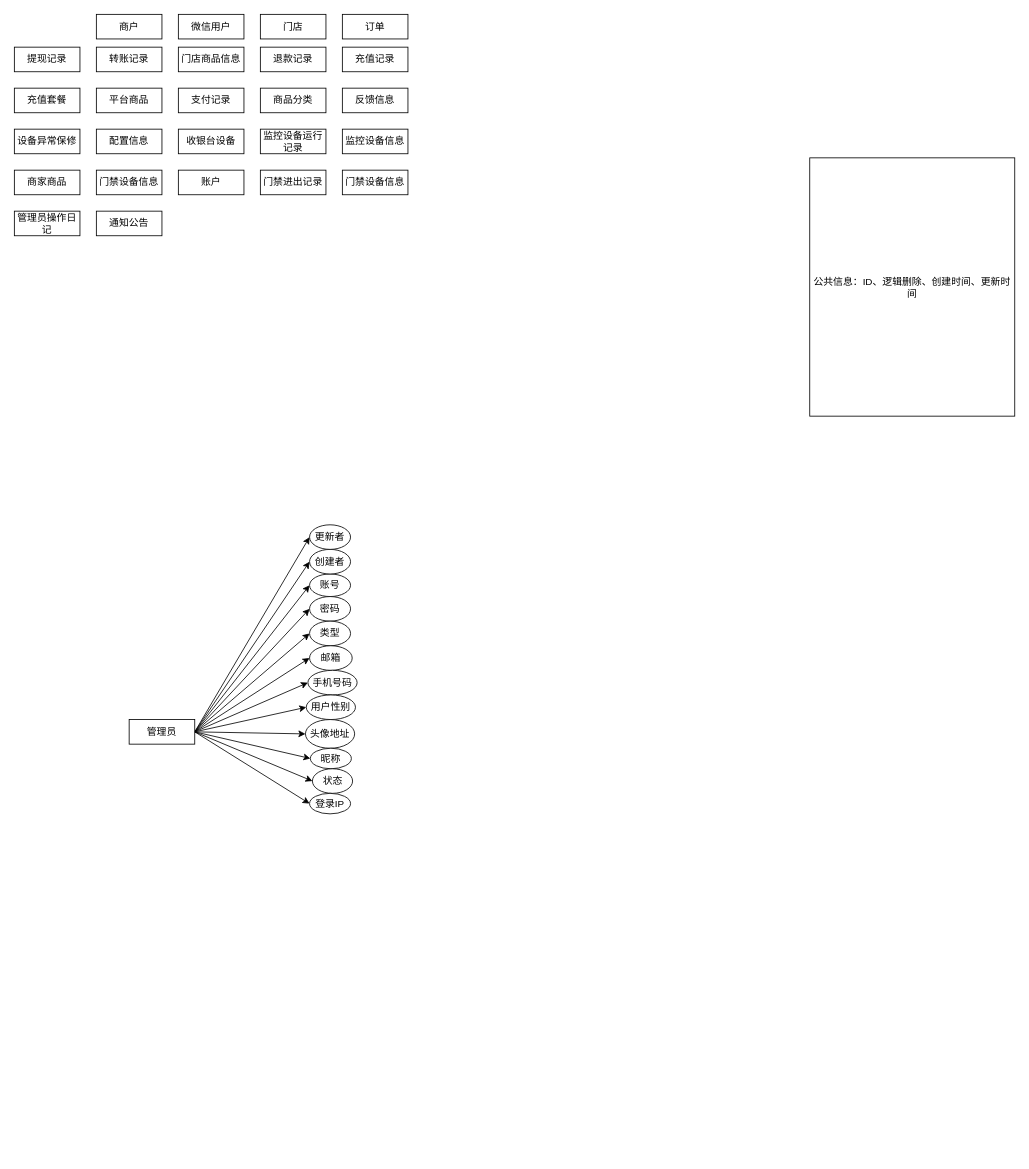
Above: 云值守数据表e-r图.drawio in hxb-qwe/yunzhishou (draw.io), before the change. Source tidied: cells renumbered, new cells numbered last; positions are measured from the earlier drawing's top-left corner, leaving out a move shared by most shapes. Both pictures are drawn from the tidied source at 82%, with x=0, y=0 at pixel (14, 14).
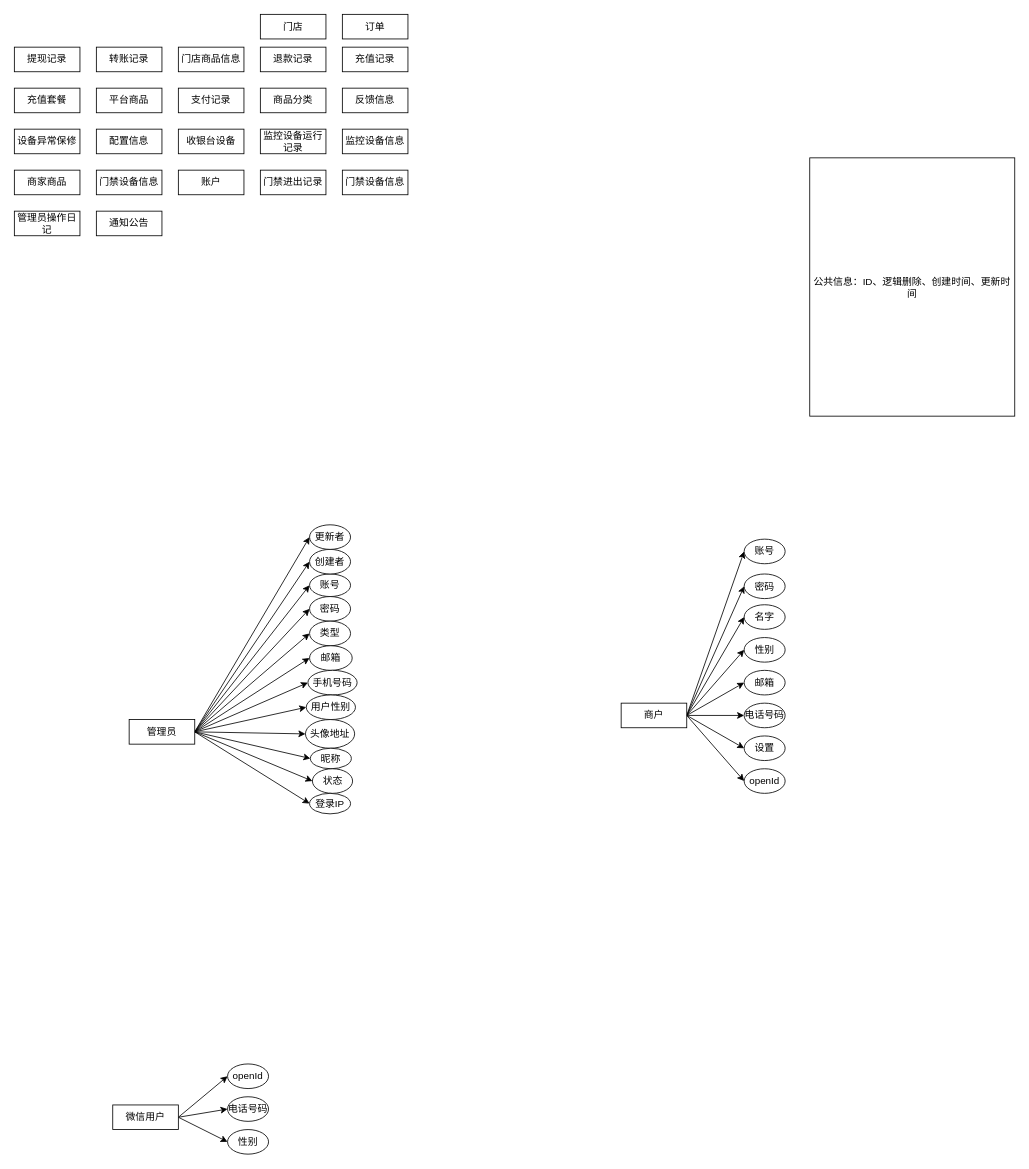
The same page after the edit.

Commit message (it also covers changes not shown here):
更新云值守数据表e-r图.drawio

What changed in the source:
```diff
@@
+    <mxCell id="54" style="edgeStyle=none;rounded=0;jettySize=auto;html=1;exitX=1;exitY=0.5;exitDx=0;exitDy=0;entryX=0;entryY=0.5;entryDx=0;entryDy=0;" parent="1" edge="1" source="15" target="65">
+      <mxGeometry relative="1" as="geometry" />
+    </mxCell>
+    <mxCell id="55" style="edgeStyle=none;rounded=0;jettySize=auto;html=1;exitX=1;exitY=0.5;exitDx=0;exitDy=0;entryX=0;entryY=0.5;entryDx=0;entryDy=0;" parent="1" edge="1" source="15" target="71">
+      <mxGeometry relative="1" as="geometry" />
+    </mxCell>
+    <mxCell id="56" style="edgeStyle=none;rounded=0;jettySize=auto;html=1;exitX=1;exitY=0.5;exitDx=0;exitDy=0;entryX=0;entryY=0.5;entryDx=0;entryDy=0;" parent="1" edge="1" source="15" target="66">
+      <mxGeometry relative="1" as="geometry" />
+    </mxCell>
+    <mxCell id="57" style="edgeStyle=none;rounded=0;jettySize=auto;html=1;exitX=1;exitY=0.5;exitDx=0;exitDy=0;entryX=0;entryY=0.5;entryDx=0;entryDy=0;" parent="1" edge="1" source="15" target="67">
+      <mxGeometry relative="1" as="geometry" />
+    </mxCell>
+    <mxCell id="58" style="edgeStyle=none;rounded=0;jettySize=auto;html=1;exitX=1;exitY=0.5;exitDx=0;exitDy=0;entryX=0;entryY=0.5;entryDx=0;entryDy=0;" parent="1" edge="1" source="15" target="68">
+      <mxGeometry relative="1" as="geometry" />
+    </mxCell>
+    <mxCell id="59" style="edgeStyle=none;rounded=0;jettySize=auto;html=1;exitX=1;exitY=0.5;exitDx=0;exitDy=0;entryX=0;entryY=0.5;entryDx=0;entryDy=0;" parent="1" edge="1" source="15" target="69">
+      <mxGeometry relative="1" as="geometry" />
+    </mxCell>
+    <mxCell id="60" style="edgeStyle=none;rounded=0;jettySize=auto;html=1;exitX=1;exitY=0.5;exitDx=0;exitDy=0;entryX=0;entryY=0.5;entryDx=0;entryDy=0;" parent="1" edge="1" source="15" target="70">
+      <mxGeometry relative="1" as="geometry" />
+    </mxCell>
+    <mxCell id="61" style="edgeStyle=none;rounded=0;jettySize=auto;html=1;exitX=1;exitY=0.5;exitDx=0;exitDy=0;entryX=0;entryY=0.5;entryDx=0;entryDy=0;" parent="1" edge="1" source="15" target="72">
+      <mxGeometry relative="1" as="geometry" />
+    </mxCell>
     <mxCell id="15" value="商户" style="rounded=0;whiteSpace=wrap;html=1;" parent="1" vertex="1">
-      <mxGeometry x="100" width="80" height="30" as="geometry" />
+      <mxGeometry x="740" y="840" width="80" height="30" as="geometry" />
     </mxCell>
+    <mxCell id="62" style="edgeStyle=none;rounded=0;jettySize=auto;html=1;exitX=1;exitY=0.5;exitDx=0;exitDy=0;entryX=0;entryY=0.5;entryDx=0;entryDy=0;" parent="1" edge="1" source="16" target="73">
+      <mxGeometry relative="1" as="geometry" />
+    </mxCell>
+    <mxCell id="63" style="edgeStyle=none;rounded=0;jettySize=auto;html=1;exitX=1;exitY=0.5;exitDx=0;exitDy=0;entryX=0;entryY=0.5;entryDx=0;entryDy=0;" parent="1" edge="1" source="16" target="74">
+      <mxGeometry relative="1" as="geometry" />
+    </mxCell>
+    <mxCell id="64" style="edgeStyle=none;rounded=0;jettySize=auto;html=1;exitX=1;exitY=0.5;exitDx=0;exitDy=0;entryX=0;entryY=0.5;entryDx=0;entryDy=0;" parent="1" edge="1" source="16" target="75">
+      <mxGeometry relative="1" as="geometry" />
+    </mxCell>
     <mxCell id="16" value="微信用户" style="rounded=0;whiteSpace=wrap;html=1;" parent="1" vertex="1">
-      <mxGeometry x="200" width="80" height="30" as="geometry" />
+      <mxGeometry x="120" y="1330" width="80" height="30" as="geometry" />
     </mxCell>
@@
+    <mxCell id="65" value="密码" style="ellipse;whiteSpace=wrap;html=1;" parent="1" vertex="1">
+      <mxGeometry x="890" y="682.5" width="50" height="30" as="geometry" />
+    </mxCell>
+    <mxCell id="66" value="名字" style="ellipse;whiteSpace=wrap;html=1;" parent="1" vertex="1">
+      <mxGeometry x="890" y="720" width="50" height="30" as="geometry" />
+    </mxCell>
+    <mxCell id="67" value="性别" style="ellipse;whiteSpace=wrap;html=1;" parent="1" vertex="1">
+      <mxGeometry x="890" y="760" width="50" height="30" as="geometry" />
+    </mxCell>
+    <mxCell id="68" value="邮箱" style="ellipse;whiteSpace=wrap;html=1;" parent="1" vertex="1">
+      <mxGeometry x="890" y="800" width="50" height="30" as="geometry" />
+    </mxCell>
+    <mxCell id="69" value="电话号码" style="ellipse;whiteSpace=wrap;html=1;" parent="1" vertex="1">
+      <mxGeometry x="890" y="840" width="50" height="30" as="geometry" />
+    </mxCell>
+    <mxCell id="70" value="设置" style="ellipse;whiteSpace=wrap;html=1;" parent="1" vertex="1">
+      <mxGeometry x="890" y="880" width="50" height="30" as="geometry" />
+    </mxCell>
+    <mxCell id="71" value="账号" style="ellipse;whiteSpace=wrap;html=1;" parent="1" vertex="1">
+      <mxGeometry x="890" y="640" width="50" height="30" as="geometry" />
+    </mxCell>
+    <mxCell id="72" value="openId" style="ellipse;whiteSpace=wrap;html=1;" parent="1" vertex="1">
+      <mxGeometry x="890" y="920" width="50" height="30" as="geometry" />
+    </mxCell>
+    <mxCell id="73" value="openId" style="ellipse;whiteSpace=wrap;html=1;" parent="1" vertex="1">
+      <mxGeometry x="260" y="1280" width="50" height="30" as="geometry" />
+    </mxCell>
+    <mxCell id="74" value="电话号码" style="ellipse;whiteSpace=wrap;html=1;" parent="1" vertex="1">
+      <mxGeometry x="260" y="1320" width="50" height="30" as="geometry" />
+    </mxCell>
+    <mxCell id="75" value="性别" style="ellipse;whiteSpace=wrap;html=1;" parent="1" vertex="1">
+      <mxGeometry x="260" y="1360" width="50" height="30" as="geometry" />
+    </mxCell>
```
